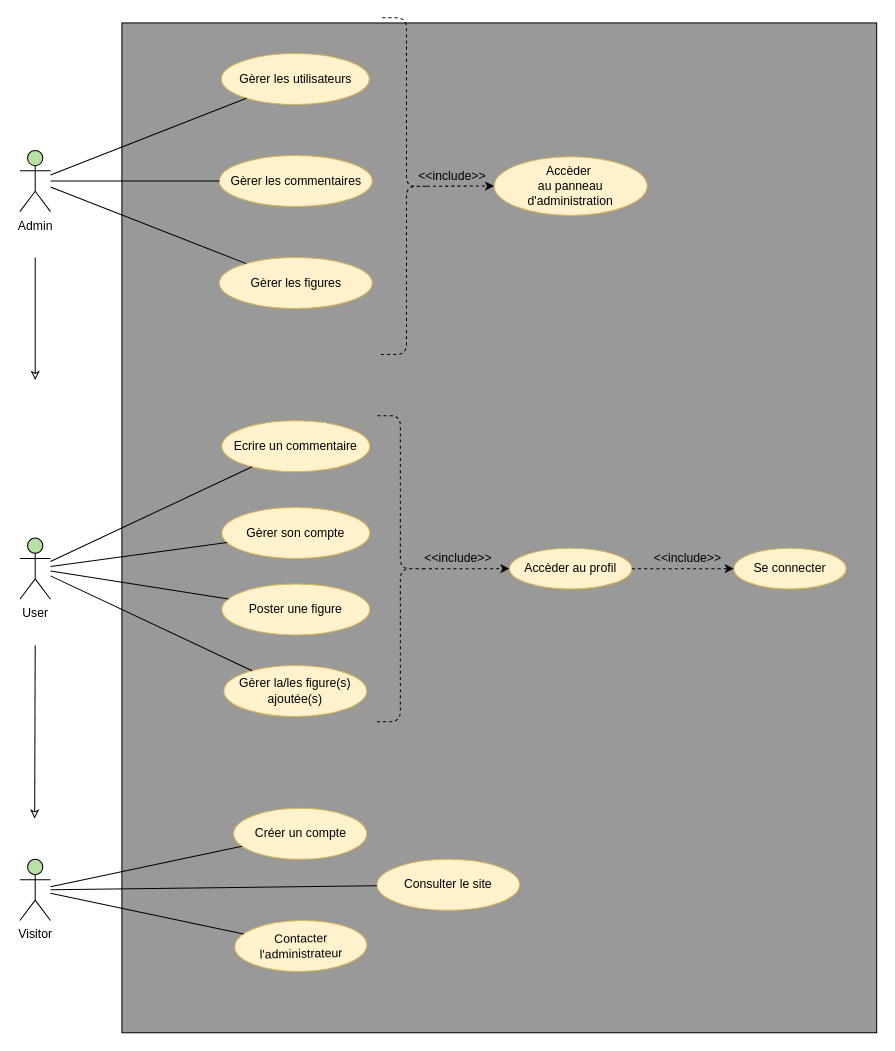
This is Diagrammes/Use Case/UseCaseGlobal.drawio from JgPhil/Snowtricks, a draw.io file, before an edit. Source tidied: cells renumbered, new cells numbered last; positions are measured from the earlier drawing's top-left corner, leaving out a move shared by most shapes. Both pictures are drawn from the tidied source at 102%, with x=0, y=0 at pixel (19, 17).
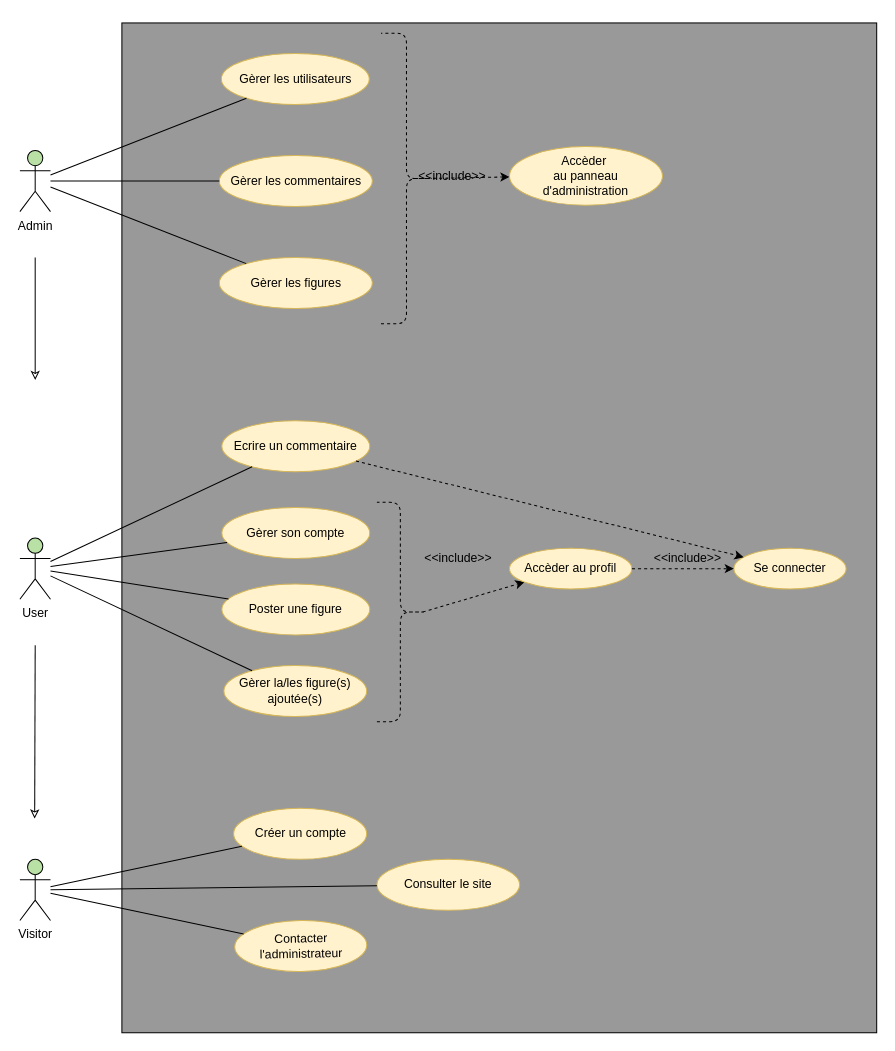
Above is the later version.

The change refers to these unchanged cells:
```xml
<mxCell id="14" value="Ecrire un commentaire" style="ellipse;whiteSpace=wrap;html=1;fillColor=#fff2cc;strokeColor=#d6b656;" parent="1" vertex="1">
  <mxGeometry x="198" y="395" width="145" height="50" as="geometry" />
</mxCell>
<mxCell id="31" value="Se connecter" style="ellipse;whiteSpace=wrap;html=1;fillColor=#fff2cc;strokeColor=#d6b656;" parent="1" vertex="1">
  <mxGeometry x="700" y="520" width="110" height="40" as="geometry" />
</mxCell>
```

The edit, as a diff of the source:
```diff
@@
     <mxCell id="24" style="shape=curlyBracket;whiteSpace=wrap;html=1;rounded=1;rotation=-180;dashed=1;" parent="1" vertex="1">
-      <mxGeometry x="354" width="50" height="330" as="geometry" />
+      <mxGeometry x="354" y="15" width="50" height="285" as="geometry" />
     </mxCell>
@@
     <mxCell id="27" style="shape=curlyBracket;whiteSpace=wrap;html=1;rounded=1;rotation=-180;dashed=1;size=0.54;" parent="1" vertex="1">
-      <mxGeometry x="350" y="390" width="50" height="300" as="geometry" />
+      <mxGeometry x="350" y="475" width="50" height="215" as="geometry" />
     </mxCell>
@@
     <mxCell id="30" value="Accèder&amp;nbsp;&lt;br&gt;au panneau d'administration" style="ellipse;whiteSpace=wrap;html=1;fillColor=#fff2cc;strokeColor=#d6b656;" parent="1" vertex="1">
-      <mxGeometry x="465" y="136.2" width="150" height="57.5" as="geometry" />
+      <mxGeometry x="480" y="126.2" width="150" height="57.5" as="geometry" />
     </mxCell>
@@
+    <mxCell id="40" style="endArrow=classic;html=1;dashed=1;" parent="1" edge="1" source="14" target="31">
+      <mxGeometry relative="1" as="geometry" />
+    </mxCell>
```
